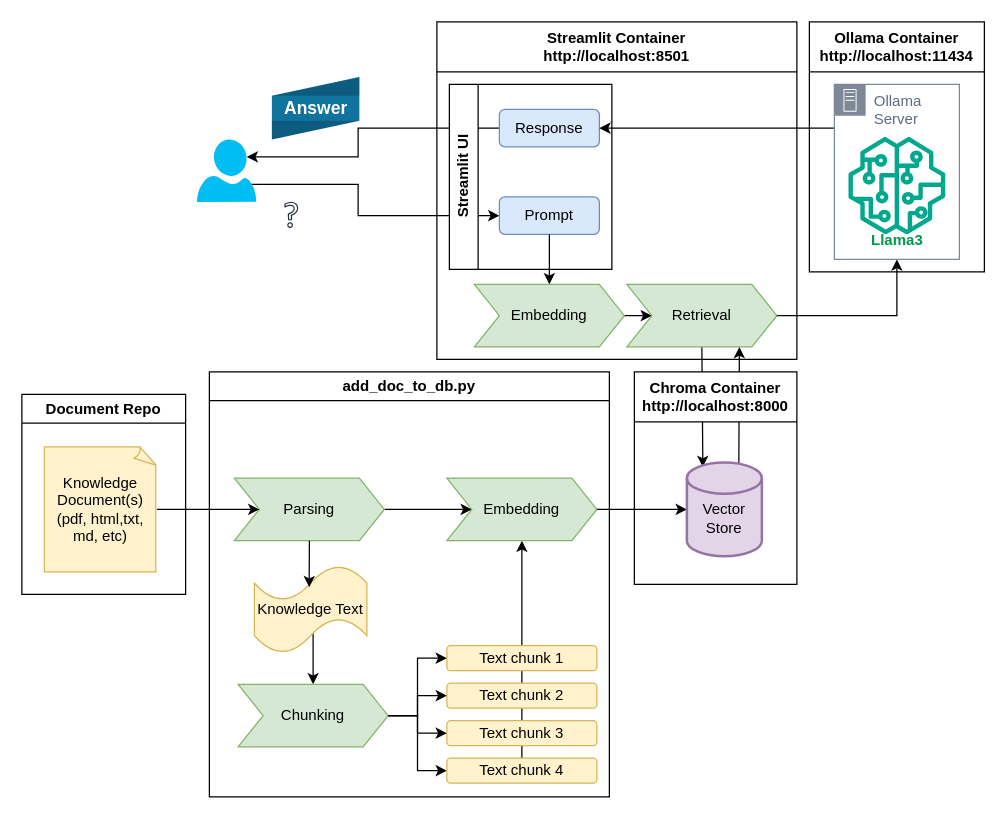
Above: page "Page-2" (1 of 2) of docs/diagrams/RAG_LLM.drawio in jflachman/local_rag_llm (draw.io), before the change. Source tidied: cells renumbered, new cells numbered last; positions are measured from the earlier drawing's top-left corner, leaving out a move shared by most shapes. Both pictures are drawn from the tidied source at 125%, with x=0, y=0 at pixel (21, 21).
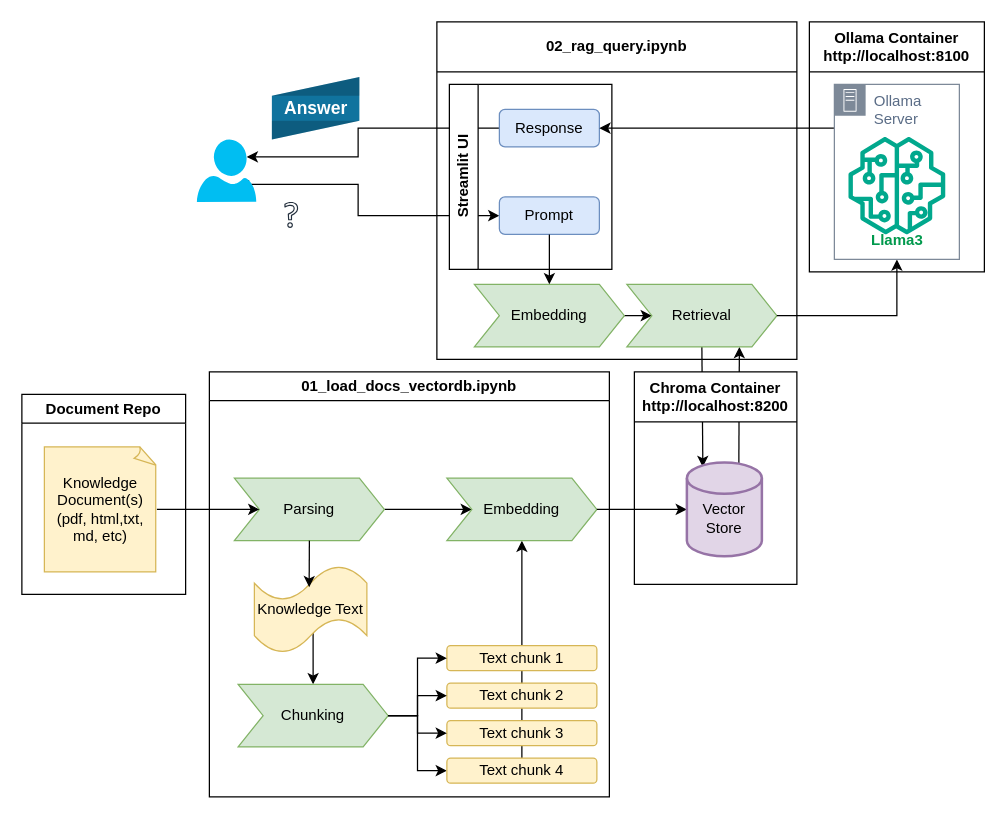
Above is the later version.

Diff of the diagram source:
```diff
@@
-    <mxCell id="3" value="add_doc_to_db.py" style="swimlane;whiteSpace=wrap;html=1;" parent="1" vertex="1">
+    <mxCell id="3" value="01_load_docs_vectordb.ipynb" style="swimlane;whiteSpace=wrap;html=1;" parent="1" vertex="1">
       <mxGeometry x="150" y="280" width="320" height="340" as="geometry" />
     </mxCell>
@@
-    <mxCell id="31" value="Chroma Container&lt;div&gt;http://localhost:8000&lt;/div&gt;" style="swimlane;whiteSpace=wrap;html=1;startSize=40;" parent="1" vertex="1">
+    <mxCell id="31" value="Chroma Container&lt;div&gt;http://localhost:8200&lt;/div&gt;" style="swimlane;whiteSpace=wrap;html=1;startSize=40;" parent="1" vertex="1">
       <mxGeometry x="490" y="280" width="130" height="170" as="geometry" />
     </mxCell>
@@
-    <mxCell id="33" value="Streamlit Container&lt;div&gt;http://localhost:8501&lt;/div&gt;" style="swimlane;whiteSpace=wrap;html=1;startSize=40;" parent="1" vertex="1">
+    <mxCell id="33" value="02_rag_query.ipynb" style="swimlane;whiteSpace=wrap;html=1;startSize=40;" parent="1" vertex="1">
       <mxGeometry x="332" width="288" height="270" as="geometry" />
     </mxCell>
@@
-    <mxCell id="41" value="Ollama Container&lt;div&gt;http://localhost:11434&lt;/div&gt;" style="swimlane;whiteSpace=wrap;html=1;startSize=40;" parent="1" vertex="1">
+    <mxCell id="41" value="Ollama Container&lt;div&gt;http://localhost:8100&lt;/div&gt;" style="swimlane;whiteSpace=wrap;html=1;startSize=40;" parent="1" vertex="1">
       <mxGeometry x="630" width="140" height="200" as="geometry" />
     </mxCell>
```
